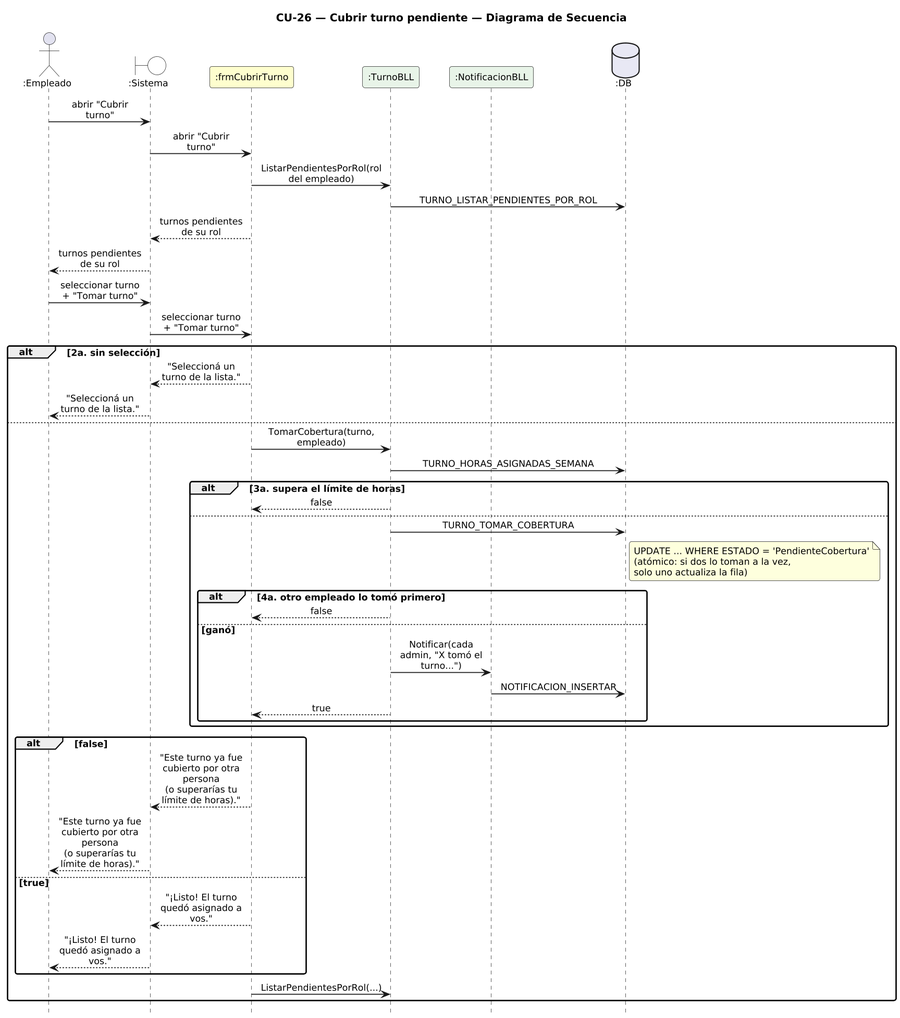
Above: DIAGRAMAS/DiagramaSecuencia_CU26_CubrirTurno.png in Urrels/ingenieria_software (PlantUML), before the change.
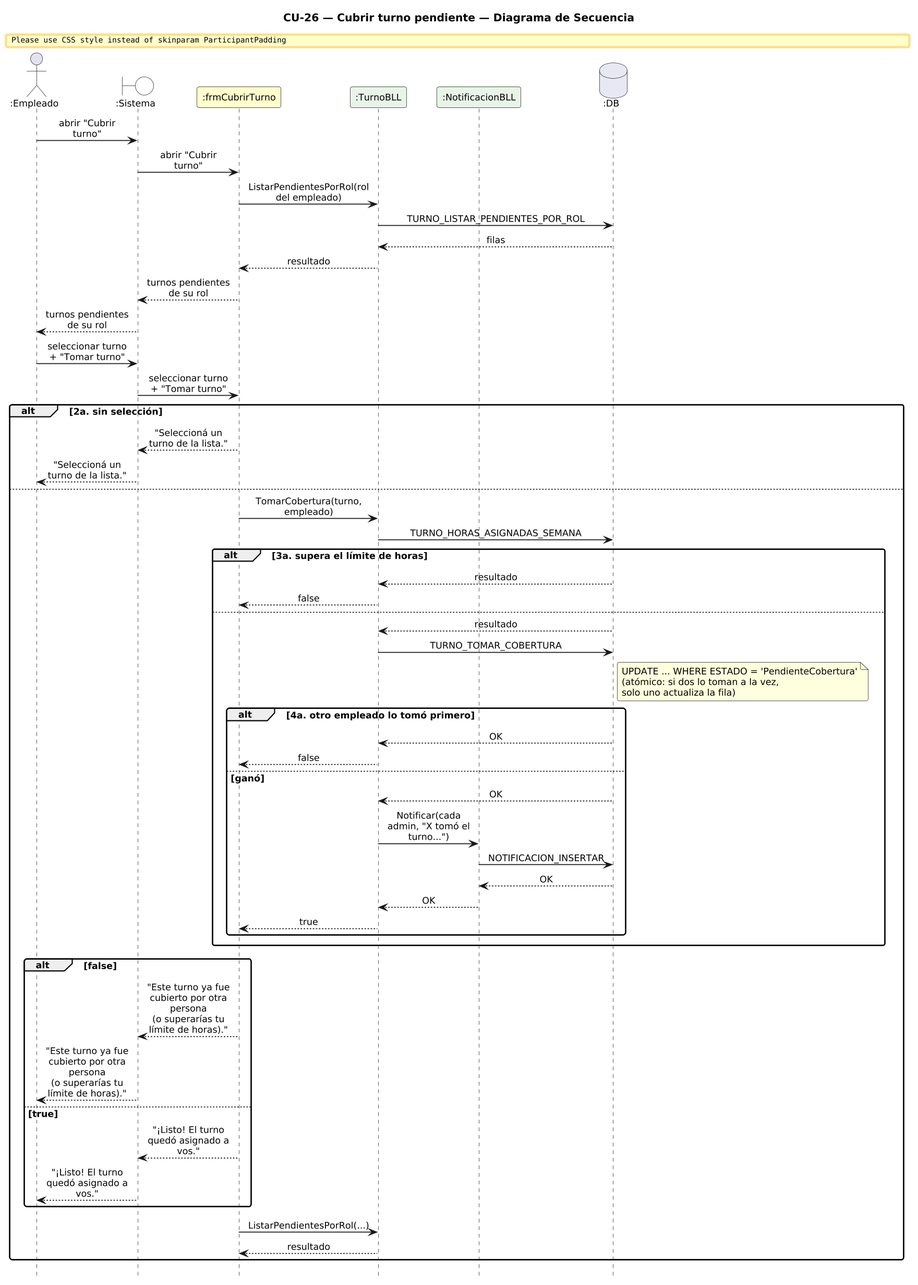
The same file after the commit.

Diff of the diagram source:
```diff
@@ -24,6 +24,8 @@
 SYS -> F : abrir "Cubrir turno"
 F -> T : ListarPendientesPorRol(rol del empleado)
 T -> DB : TURNO_LISTAR_PENDIENTES_POR_ROL
+DB --> T : filas
+T --> F : resultado
 F --> SYS : turnos pendientes de su rol
 SYS --> E : turnos pendientes de su rol
 E -> SYS : seleccionar turno + "Tomar turno"
@@ -35,8 +37,10 @@
   F -> T : TomarCobertura(turno, empleado)
   T -> DB : TURNO_HORAS_ASIGNADAS_SEMANA
   alt 3a. supera el límite de horas
+    DB --> T : resultado
     T --> F : false
   else
+    DB --> T : resultado
     T -> DB : TURNO_TOMAR_COBERTURA
     note right of DB
       UPDATE ... WHERE ESTADO = 'PendienteCobertura'
@@ -44,10 +48,14 @@
       solo uno actualiza la fila)
     end note
     alt 4a. otro empleado lo tomó primero
+      DB --> T : OK
       T --> F : false
     else ganó
+      DB --> T : OK
       T -> N : Notificar(cada admin, "X tomó el turno...")
       N -> DB : NOTIFICACION_INSERTAR
+      DB --> N : OK
+      N --> T : OK
       T --> F : true
     end
   end
@@ -59,6 +67,7 @@
     SYS --> E : "¡Listo! El turno quedó asignado a vos."
   end
   F -> T : ListarPendientesPorRol(...)
+  T --> F : resultado
 end
 
 @enduml
```
